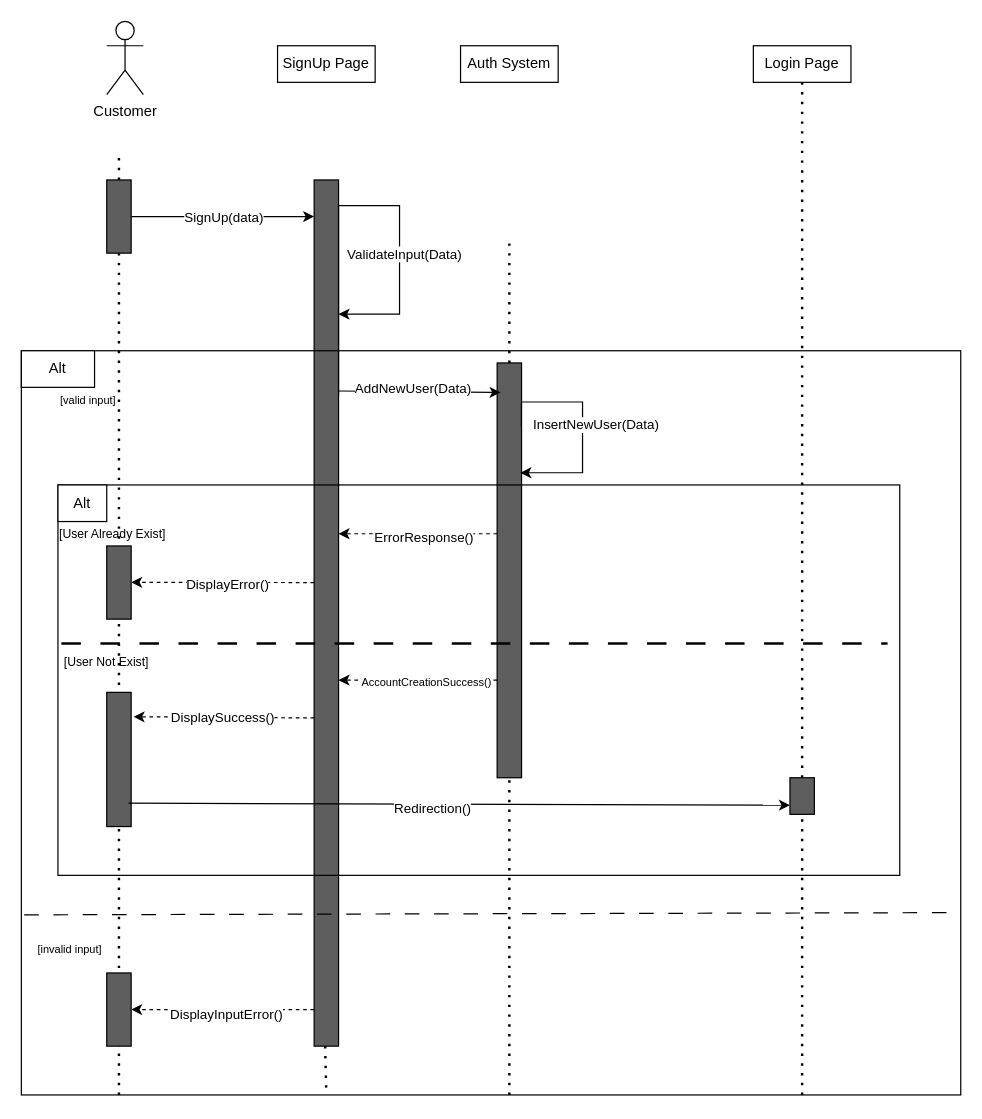
This is SignUp.drawio from KudaT3rbang/Diagram, a draw.io file, before an edit. Source tidied: cells renumbered, new cells numbered last; positions are measured from the earlier drawing's top-left corner, leaving out a move shared by most shapes. Both pictures are drawn from the tidied source at 122%, with x=0, y=0 at pixel (21, 21).
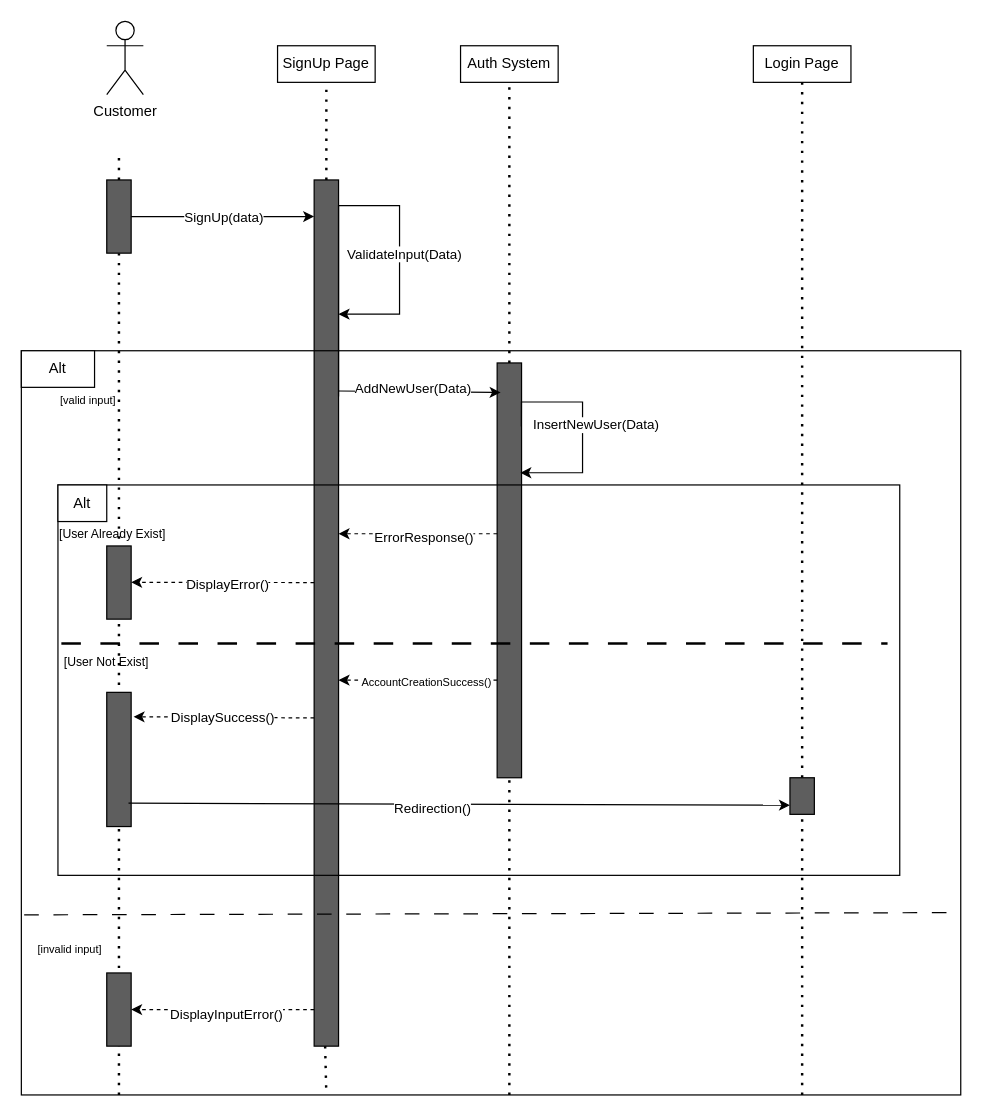
The same diagram, later.

Unchanged cells that the change refers to:
```xml
<mxCell id="6" value="SignUp Page" style="rounded=0;whiteSpace=wrap;html=1;" parent="1" vertex="1">
  <mxGeometry x="210" y="20" width="80" height="30" as="geometry" />
</mxCell>
<mxCell id="8" style="rounded=0;whiteSpace=wrap;html=1;fillColor=#5E5E5E;" parent="1" vertex="1">
  <mxGeometry x="240" y="130" width="20" height="710" as="geometry" />
</mxCell>
<mxCell id="11" value="Auth System" style="rounded=0;whiteSpace=wrap;html=1;" parent="1" vertex="1">
  <mxGeometry x="360" y="20" width="80" height="30" as="geometry" />
</mxCell>
```

What changed in the source:
```diff
@@
-    <mxCell id="12" style="endArrow=none;dashed=1;html=1;dashPattern=1 3;strokeWidth=2;rounded=0;entryX=0.5;entryY=1;entryDx=0;entryDy=0;" parent="1" edge="1">
+    <mxCell id="12" style="endArrow=none;dashed=1;html=1;dashPattern=1 3;strokeWidth=2;rounded=0;entryX=0.5;entryY=1;entryDx=0;entryDy=0;" parent="1" edge="1" target="11">
       <mxGeometry relative="1" as="geometry">
         <mxPoint x="400" y="880" as="sourcePoint" />
-        <mxPoint x="400" y="180" as="targetPoint" />
       </mxGeometry>
     </mxCell>
@@
+    <mxCell id="50" style="endArrow=none;dashed=1;html=1;dashPattern=1 3;strokeWidth=2;rounded=0;entryX=0.5;entryY=1;entryDx=0;entryDy=0;exitX=0.5;exitY=0;exitDx=0;exitDy=0;" parent="1" edge="1" source="8" target="6">
+      <mxGeometry relative="1" as="geometry" />
+    </mxCell>
```
